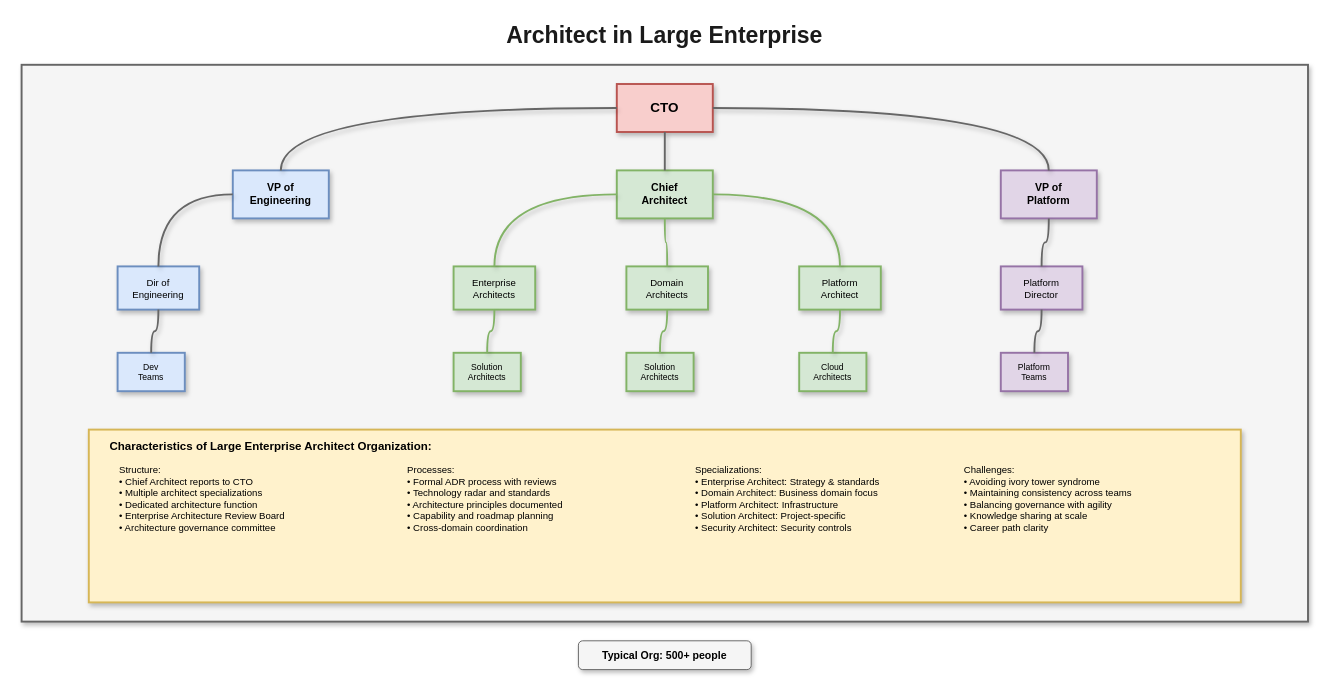
The draw.io diagram lesson-00-software-architect-overview/02-organizational-positioning/2.3-org-structure-large.drawio in MrParkerZ7/document-lesson-software-architect-x-claude, before the edit. Source tidied: cells renumbered, new cells numbered last; positions are measured from the earlier drawing's top-left corner, leaving out a move shared by most shapes. Both pictures are drawn from the tidied source at 96%, with x=0, y=0 at pixel (21, 16).
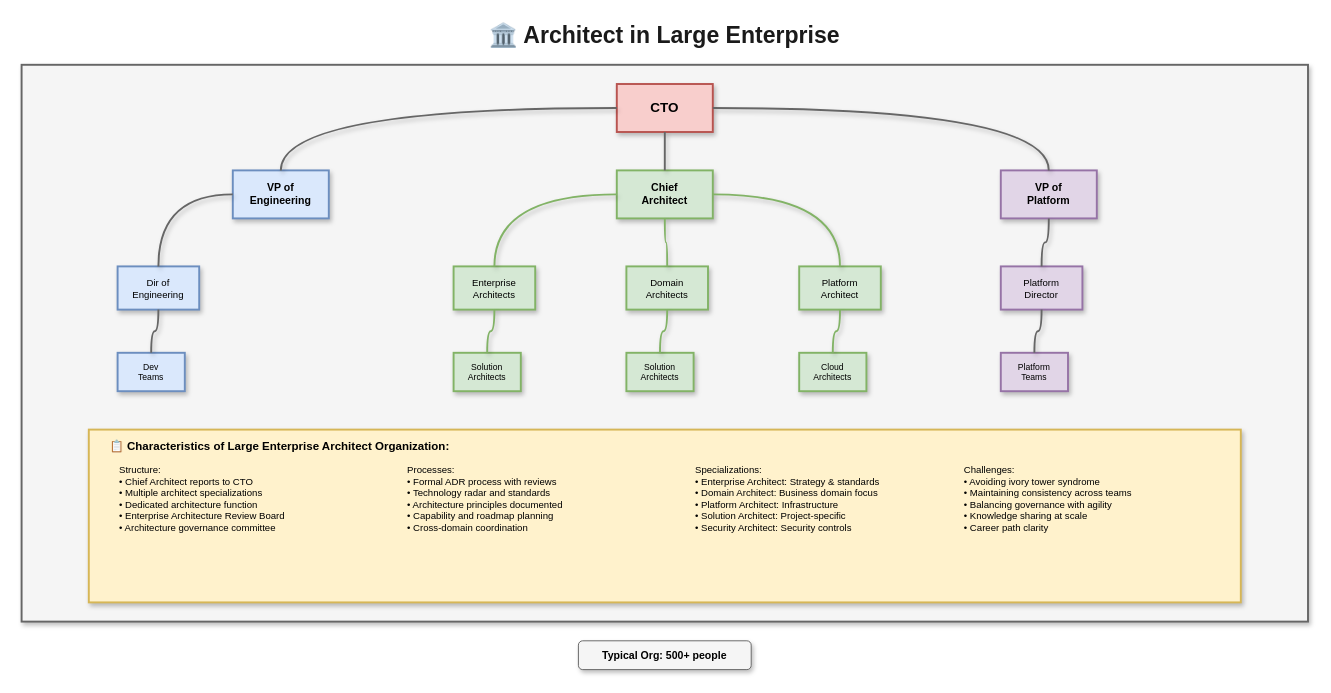
The same diagram, later.

What changed in the source:
```diff
@@
-    <mxCell id="2" value="Architect in Large Enterprise" style="text;html=1;strokeColor=none;fillColor=none;align=center;verticalAlign=middle;whiteSpace=wrap;rounded=0;fontSize=24;fontStyle=1;fontColor=#1a1a1a;" parent="1" vertex="1">
+    <mxCell id="2" value="🏛️ Architect in Large Enterprise" style="text;html=1;strokeColor=none;fillColor=none;align=center;verticalAlign=middle;whiteSpace=wrap;rounded=0;fontSize=24;fontStyle=1;fontColor=#1a1a1a;" parent="1" vertex="1">
       <mxGeometry x="420" width="500" height="40" as="geometry" />
     </mxCell>
@@
-    <mxCell id="32" value="Characteristics of Large Enterprise Architect Organization:" style="text;html=1;strokeColor=none;fillColor=none;align=left;verticalAlign=middle;whiteSpace=wrap;rounded=0;fontSize=12;fontStyle=1;" parent="1" vertex="1">
+    <mxCell id="32" value="📋 Characteristics of Large Enterprise Architect Organization:" style="text;html=1;strokeColor=none;fillColor=none;align=left;verticalAlign=middle;whiteSpace=wrap;rounded=0;fontSize=12;fontStyle=1;" parent="1" vertex="1">
       <mxGeometry x="90" y="435" width="400" height="25" as="geometry" />
     </mxCell>
```
